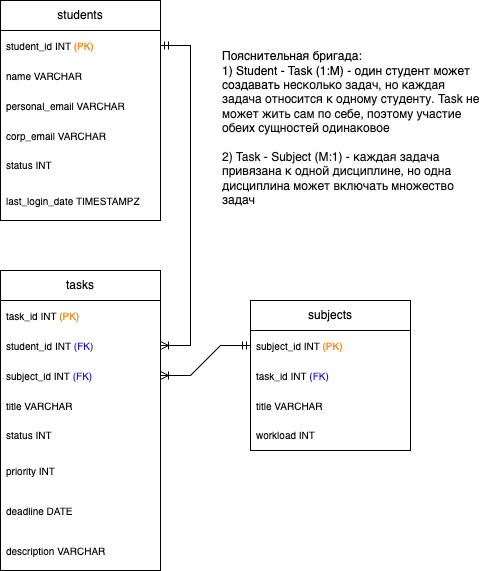
The draw.io diagram Novgorodov_Timofey/ex07_ERD/ex07_ERD_demo2.png in abdullahproff/BSA21_1, before a commit. Source tidied: cells renumbered, new cells last; positions are measured from the earlier drawing's top-left corner, leaving out a move shared by most shapes.
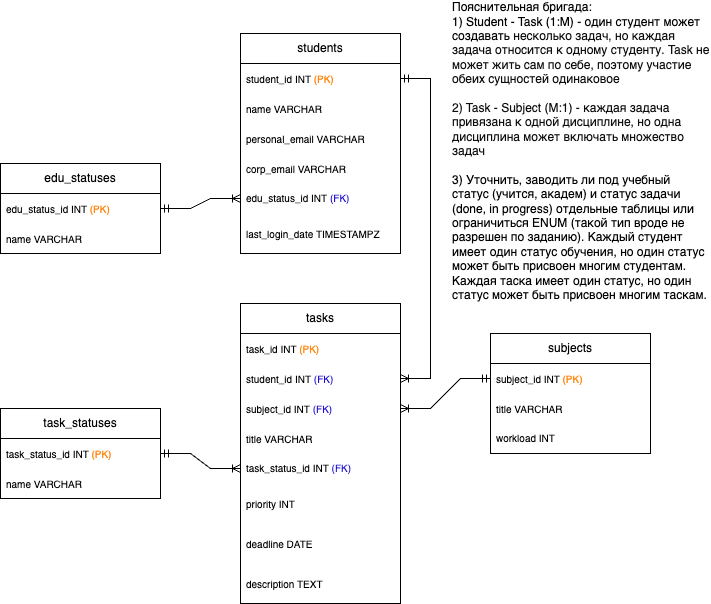
The same diagram one commit later.

The edit, as a diff of the source:
```diff
@@ -17,7 +17,7 @@
     <mxCell id="6" value="&lt;font style=&quot;font-size: 10px;&quot;&gt;corp_email&amp;nbsp;&lt;/font&gt;VARCHAR" style="text;strokeColor=none;fillColor=none;align=left;verticalAlign=middle;spacingLeft=4;spacingRight=4;overflow=hidden;whiteSpace=wrap;html=1;fontSize=10;" parent="2" vertex="1">
       <mxGeometry y="120" width="160" height="30" as="geometry" />
     </mxCell>
-    <mxCell id="7" value="&lt;font style=&quot;font-size: 10px;&quot;&gt;status INT&lt;/font&gt;" style="text;strokeColor=none;fillColor=none;align=left;verticalAlign=middle;spacingLeft=4;spacingRight=4;overflow=hidden;points=[[0,0.5],[1,0.5]];portConstraint=eastwest;whiteSpace=wrap;html=1;" parent="2" vertex="1">
+    <mxCell id="7" value="&lt;font style=&quot;font-size: 10px;&quot;&gt;edu_status_id INT&amp;nbsp;&lt;/font&gt;&lt;span style=&quot;color: rgb(30, 15, 208); font-size: 10px;&quot;&gt;(FK)&lt;/span&gt;" style="text;strokeColor=none;fillColor=none;align=left;verticalAlign=middle;spacingLeft=4;spacingRight=4;overflow=hidden;points=[[0,0.5],[1,0.5]];portConstraint=eastwest;whiteSpace=wrap;html=1;" parent="2" vertex="1">
       <mxGeometry y="150" width="160" height="30" as="geometry" />
     </mxCell>
     <mxCell id="8" value="&lt;div style=&quot;font-size: 10px;&quot; title=&quot;Page 1&quot; class=&quot;page&quot;&gt;&lt;div style=&quot;font-size: 10px;&quot; class=&quot;layoutArea&quot;&gt;&lt;div style=&quot;font-size: 10px;&quot; class=&quot;column&quot;&gt;&lt;p style=&quot;font-size: 10px;&quot;&gt;&lt;span style=&quot;background-color: initial;&quot;&gt;last_login_date TIMESTAMPZ&lt;/span&gt;&lt;/p&gt;&lt;/div&gt;&lt;/div&gt;&#9;&#9;&lt;/div&gt;" style="text;strokeColor=none;fillColor=none;align=left;verticalAlign=middle;spacingLeft=4;spacingRight=4;overflow=hidden;whiteSpace=wrap;html=1;fontSize=10;" parent="2" vertex="1">
@@ -38,7 +38,7 @@
     <mxCell id="13" value="title VARCHAR" style="text;strokeColor=none;fillColor=none;align=left;verticalAlign=middle;spacingLeft=4;spacingRight=4;overflow=hidden;whiteSpace=wrap;html=1;fontSize=10;" parent="9" vertex="1">
       <mxGeometry y="120" width="160" height="30" as="geometry" />
     </mxCell>
-    <mxCell id="14" value="&lt;font style=&quot;font-size: 10px;&quot;&gt;status INT&lt;/font&gt;" style="text;strokeColor=none;fillColor=none;align=left;verticalAlign=middle;spacingLeft=4;spacingRight=4;overflow=hidden;points=[[0,0.5],[1,0.5]];portConstraint=eastwest;whiteSpace=wrap;html=1;" parent="9" vertex="1">
+    <mxCell id="14" value="&lt;font style=&quot;font-size: 10px;&quot;&gt;task_status_id INT&amp;nbsp;&lt;/font&gt;&lt;span style=&quot;color: rgb(30, 15, 208); font-size: 10px;&quot;&gt;(FK)&lt;/span&gt;" style="text;strokeColor=none;fillColor=none;align=left;verticalAlign=middle;spacingLeft=4;spacingRight=4;overflow=hidden;points=[[0,0.5],[1,0.5]];portConstraint=eastwest;whiteSpace=wrap;html=1;" parent="9" vertex="1">
       <mxGeometry y="150" width="160" height="30" as="geometry" />
     </mxCell>
     <mxCell id="15" value="&lt;div style=&quot;font-size: 10px;&quot; title=&quot;Page 1&quot; class=&quot;page&quot;&gt;&lt;div style=&quot;font-size: 10px;&quot; class=&quot;layoutArea&quot;&gt;&lt;div style=&quot;font-size: 10px;&quot; class=&quot;column&quot;&gt;&lt;p style=&quot;font-size: 10px;&quot;&gt;&lt;span style=&quot;background-color: initial;&quot;&gt;priority INT&lt;/span&gt;&lt;/p&gt;&lt;/div&gt;&lt;/div&gt;&#9;&#9;&lt;/div&gt;" style="text;strokeColor=none;fillColor=none;align=left;verticalAlign=middle;spacingLeft=4;spacingRight=4;overflow=hidden;whiteSpace=wrap;html=1;fontSize=10;" parent="9" vertex="1">
@@ -47,32 +47,53 @@
     <mxCell id="16" value="deadline DATE" style="text;strokeColor=none;fillColor=none;align=left;verticalAlign=middle;spacingLeft=4;spacingRight=4;overflow=hidden;whiteSpace=wrap;html=1;fontSize=10;" parent="9" vertex="1">
       <mxGeometry y="220" width="160" height="40" as="geometry" />
     </mxCell>
-    <mxCell id="17" value="description VARCHAR" style="text;strokeColor=none;fillColor=none;align=left;verticalAlign=middle;spacingLeft=4;spacingRight=4;overflow=hidden;whiteSpace=wrap;html=1;fontSize=10;" parent="9" vertex="1">
+    <mxCell id="17" value="description TEXT" style="text;strokeColor=none;fillColor=none;align=left;verticalAlign=middle;spacingLeft=4;spacingRight=4;overflow=hidden;whiteSpace=wrap;html=1;fontSize=10;" parent="9" vertex="1">
       <mxGeometry y="260" width="160" height="40" as="geometry" />
     </mxCell>
     <mxCell id="18" value="subjects" style="swimlane;fontStyle=0;horizontal=1;startSize=30;whiteSpace=wrap;html=1;backgroundOutline=0;" parent="1" vertex="1">
-      <mxGeometry x="250" y="300" width="160" height="150" as="geometry" />
+      <mxGeometry x="250" y="300" width="160" height="120" as="geometry" />
     </mxCell>
     <mxCell id="19" value="subject_id INT &lt;font style=&quot;font-size: 10px;&quot; color=&quot;#ff8813&quot;&gt;(PK)&lt;/font&gt;" style="text;strokeColor=none;fillColor=none;align=left;verticalAlign=middle;spacingLeft=4;spacingRight=4;overflow=hidden;points=[[0,0.5],[1,0.5]];portConstraint=eastwest;whiteSpace=wrap;html=1;fontSize=10;" parent="18" vertex="1">
       <mxGeometry y="30" width="160" height="30" as="geometry" />
     </mxCell>
-    <mxCell id="20" value="task_id INT&amp;nbsp;&lt;font color=&quot;#1e0fd0&quot;&gt;(FK)&lt;/font&gt;" style="text;strokeColor=none;fillColor=none;align=left;verticalAlign=middle;spacingLeft=4;spacingRight=4;overflow=hidden;whiteSpace=wrap;html=1;fontSize=10;" parent="18" vertex="1">
-      <mxGeometry y="60" width="160" height="30" as="geometry" />
-    </mxCell>
     <mxCell id="21" value="title VARCHAR" style="text;strokeColor=none;fillColor=none;align=left;verticalAlign=middle;spacingLeft=4;spacingRight=4;overflow=hidden;whiteSpace=wrap;html=1;fontSize=10;" parent="18" vertex="1">
-      <mxGeometry y="90" width="160" height="30" as="geometry" />
+      <mxGeometry y="60" width="160" height="30" as="geometry" />
     </mxCell>
     <mxCell id="22" value="&lt;font style=&quot;font-size: 10px;&quot;&gt;workload INT&lt;/font&gt;" style="text;strokeColor=none;fillColor=none;align=left;verticalAlign=middle;spacingLeft=4;spacingRight=4;overflow=hidden;whiteSpace=wrap;html=1;" parent="18" vertex="1">
-      <mxGeometry y="120" width="160" height="30" as="geometry" />
+      <mxGeometry y="90" width="160" height="30" as="geometry" />
     </mxCell>
     <mxCell id="23" style="edgeStyle=entityRelationEdgeStyle;fontSize=12;html=1;endArrow=ERoneToMany;startArrow=ERmandOne;rounded=0;exitX=0;exitY=0.5;exitDx=0;exitDy=0;" parent="1" edge="1" source="19" target="12">
       <mxGeometry relative="1" as="geometry" />
     </mxCell>
-    <mxCell id="24" value="&lt;font style=&quot;&quot; face=&quot;Helvetica&quot;&gt;Пояснительная бригада:&lt;br&gt;1) Student - Task (1:M) - один студент может создавать&amp;nbsp;&lt;span style=&quot;background-color: initial;&quot;&gt;&lt;font color=&quot;#0e0e0e&quot;&gt;несколько задач, но каждая задача относится к одному студенту. Task не может жить сам по себе, поэтому участие обеих сущностей одинаковое&lt;/font&gt;&lt;br&gt;&lt;br&gt;&lt;font color=&quot;#0e0e0e&quot;&gt;2) Task - Subject (M:1) - каждая задача привязана к одной дисциплине, но одна дисциплина может включать множество задач&lt;/font&gt;&lt;br&gt;&lt;/span&gt;&lt;/font&gt;&lt;div style=&quot;&quot;&gt;&lt;br&gt;&lt;/div&gt;" style="text;html=1;align=left;verticalAlign=middle;whiteSpace=wrap;rounded=0;" parent="1" vertex="1">
-      <mxGeometry x="220" y="20" width="260" height="230" as="geometry" />
+    <mxCell id="24" value="&lt;font style=&quot;&quot; face=&quot;Helvetica&quot;&gt;Пояснительная бригада:&lt;br&gt;1) Student - Task (1:M) - один студент может создавать&amp;nbsp;&lt;span style=&quot;background-color: initial;&quot;&gt;&lt;font color=&quot;#0e0e0e&quot;&gt;несколько задач, но каждая задача относится к одному студенту. Task не может жить сам по себе, поэтому участие обеих сущностей одинаковое&lt;/font&gt;&lt;br&gt;&lt;br&gt;&lt;font color=&quot;#0e0e0e&quot;&gt;2) Task - Subject (M:1) - каждая задача привязана к одной дисциплине, но одна дисциплина может включать множество задач&lt;br&gt;&lt;/font&gt;&lt;br&gt;3) Уточнить, заводить ли под учебный статус (учится, академ) и статус задачи (done, in progress) отдельные таблицы или ограничиться ENUM (такой тип вроде не разрешен по заданию). Каждый студент имеет один статус обучения, но один статус может быть присвоен многим студентам. Каждая таска имеет один статус, но один статус может быть присвоен многим таскам.&lt;br&gt;&lt;/span&gt;&lt;/font&gt;&lt;div style=&quot;&quot;&gt;&lt;br&gt;&lt;/div&gt;" style="text;html=1;align=left;verticalAlign=middle;whiteSpace=wrap;rounded=0;" parent="1" vertex="1">
+      <mxGeometry x="210" y="-30" width="260" height="310" as="geometry" />
     </mxCell>
     <mxCell id="25" style="edgeStyle=entityRelationEdgeStyle;fontSize=12;html=1;endArrow=ERoneToMany;startArrow=ERmandOne;rounded=0;exitX=1;exitY=0.5;exitDx=0;exitDy=0;entryX=1;entryY=0.5;entryDx=0;entryDy=0;" parent="1" edge="1" source="3" target="11">
       <mxGeometry relative="1" as="geometry" />
     </mxCell>
+    <mxCell id="26" value="edu_statuses" style="swimlane;fontStyle=0;horizontal=1;startSize=30;whiteSpace=wrap;html=1;backgroundOutline=0;" parent="1" vertex="1">
+      <mxGeometry x="-240" y="130" width="160" height="90" as="geometry" />
+    </mxCell>
+    <mxCell id="27" value="edu_status_id INT &lt;font style=&quot;font-size: 10px;&quot; color=&quot;#ff8813&quot;&gt;(PK)&lt;/font&gt;" style="text;strokeColor=none;fillColor=none;align=left;verticalAlign=middle;spacingLeft=4;spacingRight=4;overflow=hidden;points=[[0,0.5],[1,0.5]];portConstraint=eastwest;whiteSpace=wrap;html=1;fontSize=10;" parent="26" vertex="1">
+      <mxGeometry y="30" width="160" height="30" as="geometry" />
+    </mxCell>
+    <mxCell id="28" value="name VARCHAR" style="text;strokeColor=none;fillColor=none;align=left;verticalAlign=middle;spacingLeft=4;spacingRight=4;overflow=hidden;whiteSpace=wrap;html=1;fontSize=10;" parent="26" vertex="1">
+      <mxGeometry y="60" width="160" height="30" as="geometry" />
+    </mxCell>
+    <mxCell id="29" value="task_statuses" style="swimlane;fontStyle=0;horizontal=1;startSize=30;whiteSpace=wrap;html=1;backgroundOutline=0;" parent="1" vertex="1">
+      <mxGeometry x="-240" y="375" width="160" height="90" as="geometry" />
+    </mxCell>
+    <mxCell id="30" value="task_status_id INT &lt;font style=&quot;font-size: 10px;&quot; color=&quot;#ff8813&quot;&gt;(PK)&lt;/font&gt;" style="text;strokeColor=none;fillColor=none;align=left;verticalAlign=middle;spacingLeft=4;spacingRight=4;overflow=hidden;points=[[0,0.5],[1,0.5]];portConstraint=eastwest;whiteSpace=wrap;html=1;fontSize=10;" parent="29" vertex="1">
+      <mxGeometry y="30" width="160" height="30" as="geometry" />
+    </mxCell>
+    <mxCell id="31" value="name VARCHAR" style="text;strokeColor=none;fillColor=none;align=left;verticalAlign=middle;spacingLeft=4;spacingRight=4;overflow=hidden;whiteSpace=wrap;html=1;fontSize=10;" parent="29" vertex="1">
+      <mxGeometry y="60" width="160" height="30" as="geometry" />
+    </mxCell>
+    <mxCell id="32" style="edgeStyle=entityRelationEdgeStyle;fontSize=12;html=1;endArrow=ERoneToMany;startArrow=ERmandOne;rounded=0;exitX=1;exitY=0.5;exitDx=0;exitDy=0;" parent="1" edge="1" source="27" target="7">
+      <mxGeometry relative="1" as="geometry" />
+    </mxCell>
+    <mxCell id="33" style="edgeStyle=entityRelationEdgeStyle;fontSize=12;html=1;endArrow=ERoneToMany;startArrow=ERmandOne;rounded=0;entryX=0;entryY=0.5;entryDx=0;entryDy=0;" parent="1" edge="1" source="30" target="14">
+      <mxGeometry relative="1" as="geometry" />
+    </mxCell>
   </root>
 </mxGraphModel>
```
